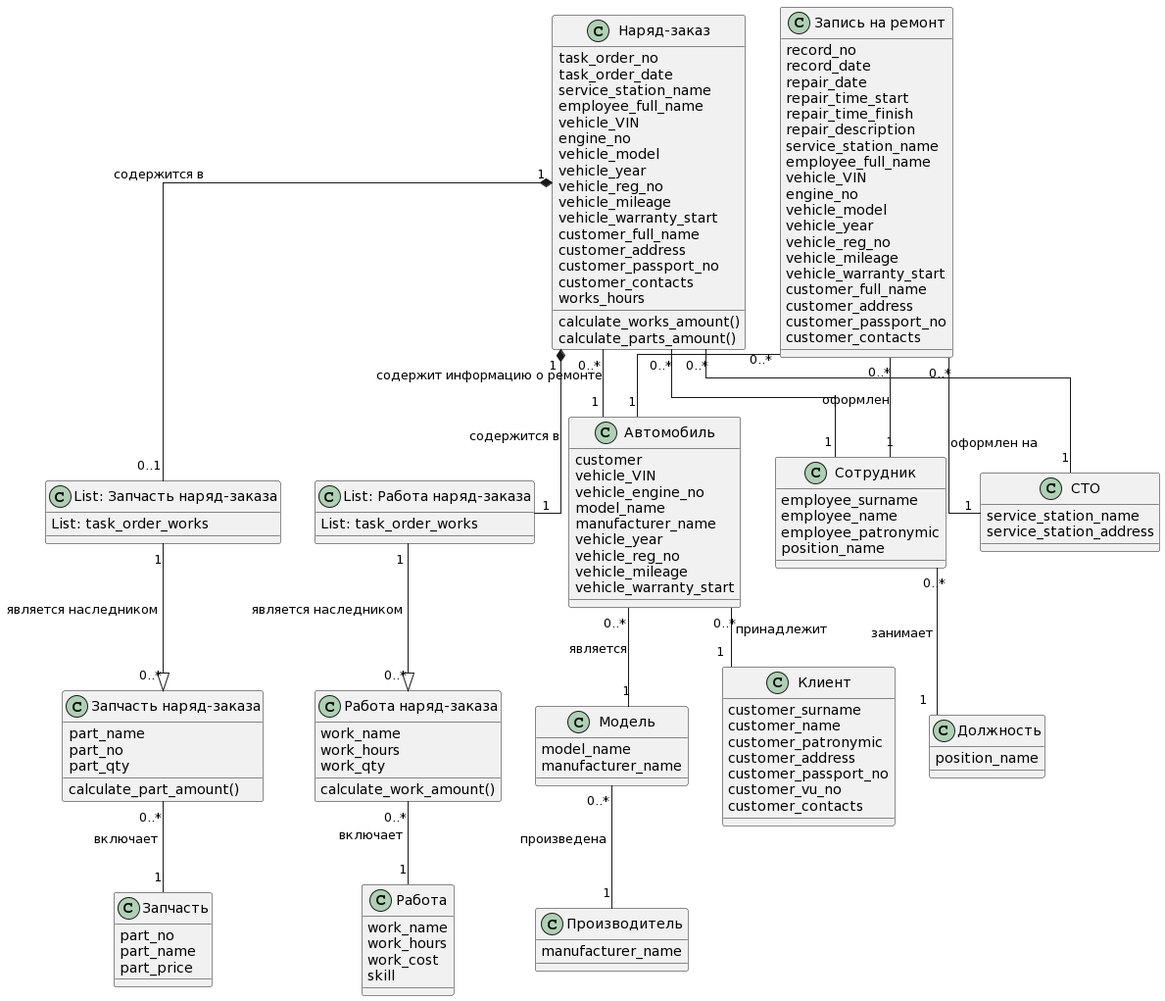
This is diagrams/out/10_classes_diagram.png from voitenkov/otus-sa-basic, a PlantUML export, as it was before one commit. Source of this version:
```plantuml
@startuml

skinparam linetype ortho

class "Наряд-заказ" as task_order {
    task_order_no
    task_order_date
    service_station_name
    employee_full_name
    vehicle_VIN
    engine_no
    vehicle_model
    vehicle_year
    vehicle_reg_no
    vehicle_mileage
    vehicle_warranty_start
    customer_full_name
    customer_address
    customer_passport_no
    customer_contacts
    works_hours
    calculate_works_amount()
    calculate_parts_amount()
}

class "List: Работа наряд-заказа" as works_list {
    List: task_order_works
 }

class "Работа наряд-заказа" as works_list_item {
    work_name
    work_hours
    work_qty
    calculate_work_amount()
}

class "List: Запчасть наряд-заказа" as parts_list {
    List: task_order_works
 }

class "Запчасть наряд-заказа" as parts_list_item {
    part_name
    part_no
    part_qty
    calculate_part_amount()
}

class "Работа" as work {
    work_name
    work_hours
    work_cost
    skill
}

class "Автомобиль" as vehicles {
    customer
    vehicle_VIN
    vehicle_engine_no
    model_name
    manufacturer_name
    vehicle_year
    vehicle_reg_no
    vehicle_mileage
    vehicle_warranty_start
}

class "Модель" as vehicle_model {
    model_name
    manufacturer_name
}

class "Производитель" as vehicle_manufacturer {
    manufacturer_name
}

class "Клиент" as customers {
    customer_surname
    customer_name
    customer_patronymic
    customer_address
    customer_passport_no
    customer_vu_no
    customer_contacts
}

class "Сотрудник" as employees {
    employee_surname
    employee_name
    employee_patronymic
    position_name
}

class "Запчасть" as part {
    part_no
    part_name
    part_price
}

class "СТО" as service_stations {
    service_station_name
    service_station_address
}

class "Должность" as positions {
    position_name
}

class "Запись на ремонт" as record {
    record_no
    record_date
    repair_date
    repair_time_start
    repair_time_finish
    repair_description
    service_station_name
    employee_full_name
    vehicle_VIN
    engine_no
    vehicle_model
    vehicle_year
    vehicle_reg_no
    vehicle_mileage
    vehicle_warranty_start
    customer_full_name
    customer_address
    customer_passport_no
    customer_contacts
}

task_order   "1"*--"1" works_list: "содержится в"
task_order   "1"*--"0..1" parts_list: "содержится в "
task_order   "0..*"--"1" service_stations
task_order   "0..*"--"1" employees
task_order   "0..*"--"1" vehicles: " содержит информацию о ремонте"
record       "0..*"--"1" service_stations: "оформлен на"
record       "0..*"--"1" employees: " оформлен"
record       "0..*"--"1" vehicles
works_list   "1"--|>"0..*" works_list_item: "является наследником "
works_list_item "0..*"--"1" work: "включает "
parts_list   "1"--|>"0..*" parts_list_item: "является наследником "
parts_list_item "0..*"--"1" part: "включает "
vehicles     "0..*"--"1" customers: " принадлежит"
vehicles     "0..*"--"1" vehicle_model: "является"
vehicle_model "0..*"--"1" vehicle_manufacturer: "произведена "
employees    "0..*"--"1" positions: "занимает "
@enduml
```
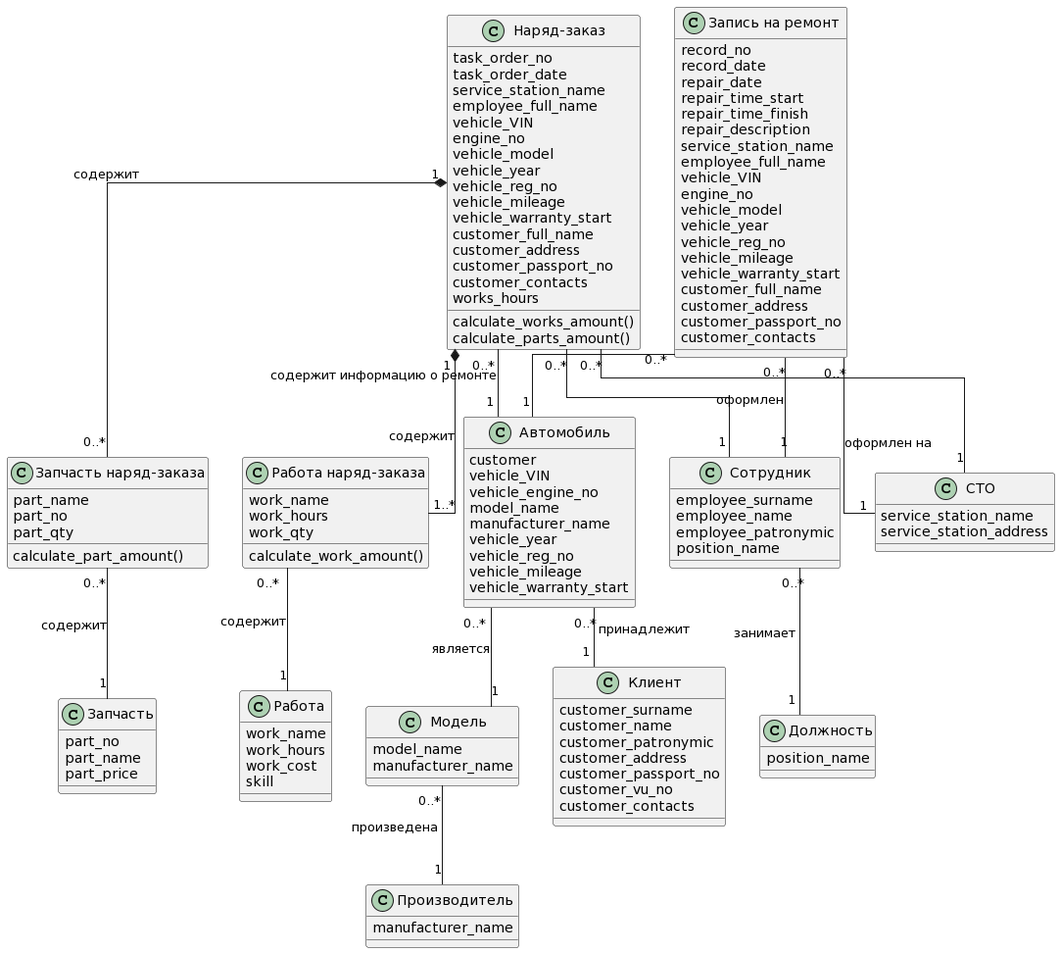
After the commit.

Commit message:
list classes deleted

The edit, as a diff of the source:
```diff
@@ -23,10 +23,6 @@
     calculate_parts_amount()
 }
 
-class "List: Работа наряд-заказа" as works_list {
-    List: task_order_works
- }
-
 class "Работа наряд-заказа" as works_list_item {
     work_name
     work_hours
@@ -34,9 +30,6 @@
     calculate_work_amount()
 }
 
-class "List: Запчасть наряд-заказа" as parts_list {
-    List: task_order_works
- }
 
 class "Запчасть наряд-заказа" as parts_list_item {
     part_name
@@ -127,18 +120,16 @@
     customer_contacts
 }
 
-task_order   "1"*--"1" works_list: "содержится в"
-task_order   "1"*--"0..1" parts_list: "содержится в "
+task_order   "1"*--"1..*" works_list_item: "содержит"
+task_order   "1"*--"0..*" parts_list_item: "содержит"
 task_order   "0..*"--"1" service_stations
 task_order   "0..*"--"1" employees
 task_order   "0..*"--"1" vehicles: " содержит информацию о ремонте"
 record       "0..*"--"1" service_stations: "оформлен на"
 record       "0..*"--"1" employees: " оформлен"
 record       "0..*"--"1" vehicles
-works_list   "1"--|>"0..*" works_list_item: "является наследником "
-works_list_item "0..*"--"1" work: "включает "
-parts_list   "1"--|>"0..*" parts_list_item: "является наследником "
-parts_list_item "0..*"--"1" part: "включает "
+works_list_item "0..*"--"1" work: "содержит"
+parts_list_item "0..*"--"1" part: "содержит"
 vehicles     "0..*"--"1" customers: " принадлежит"
 vehicles     "0..*"--"1" vehicle_model: "является"
 vehicle_model "0..*"--"1" vehicle_manufacturer: "произведена "
```
